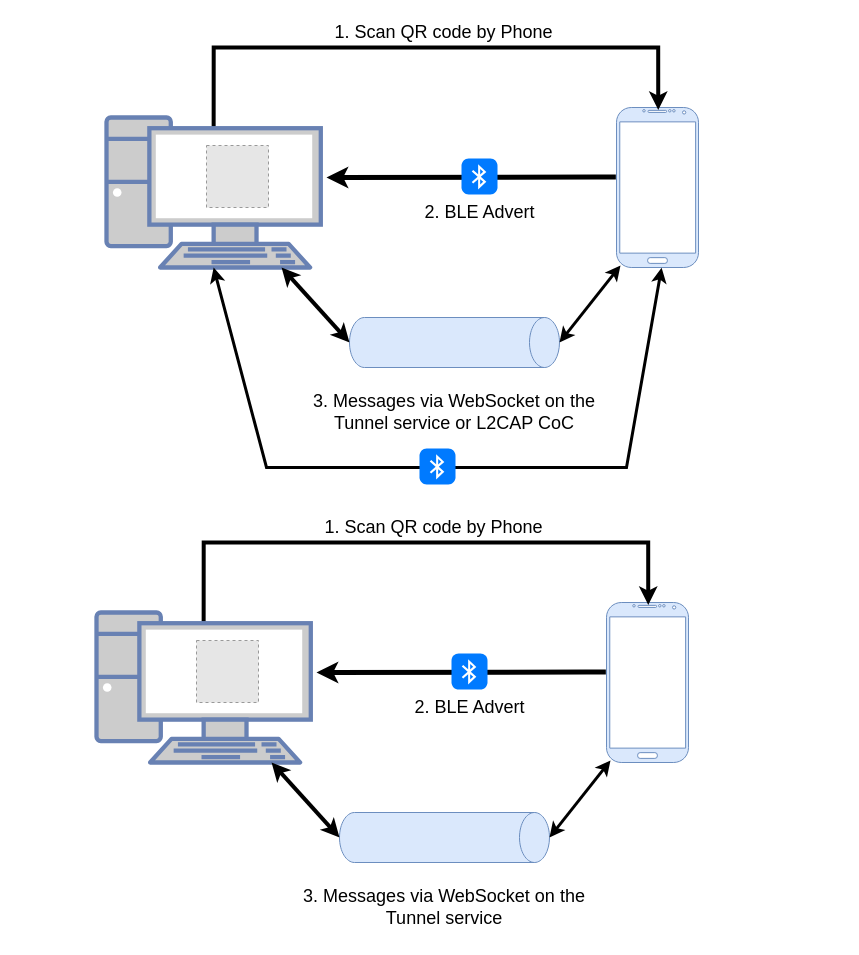
The draw.io diagram images/hybrid23.drawio in inabajunmr/zenn, before the edit. Source tidied: cells renumbered, new cells numbered last; positions are measured from the earlier drawing's top-left corner, leaving out a move shared by most shapes. Both pictures are drawn from the tidied source at 100%, with x=0, y=0 at pixel (96, 17). Pictures stored in the file or linked from it are replaced by grey dashed boxes.
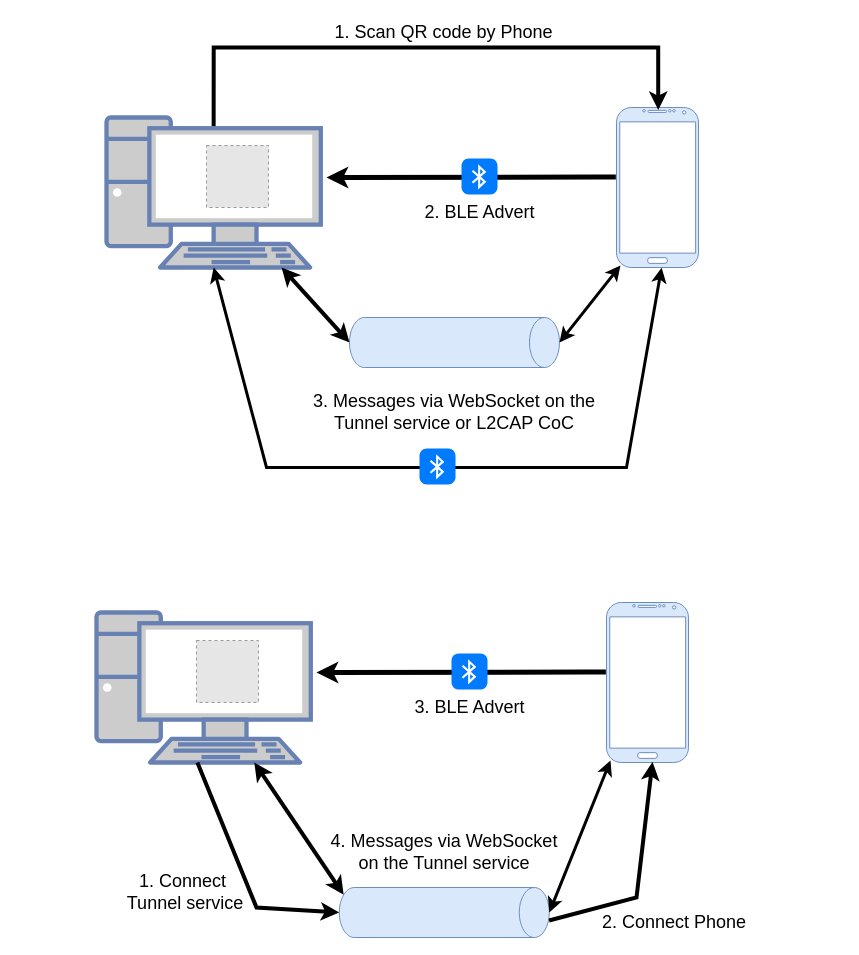
After the change.

The change refers to these unchanged cells:
```xml
<mxCell id="18" style="verticalLabelPosition=bottom;verticalAlign=top;html=1;shadow=0;dashed=0;strokeWidth=1;shape=mxgraph.android.phone2;strokeColor=#6c8ebf;fillColor=#dae8fc;" parent="1" vertex="1">
  <mxGeometry x="510" y="585" width="82" height="160" as="geometry" />
</mxCell>
<mxCell id="20" style="fontColor=#0066CC;verticalAlign=top;verticalLabelPosition=bottom;labelPosition=center;align=center;html=1;outlineConnect=0;fillColor=#CCCCCC;strokeColor=#6881B3;gradientColor=none;gradientDirection=north;strokeWidth=2;shape=mxgraph.networks.pc;" parent="1" vertex="1">
  <mxGeometry y="595" width="214.3" height="150" as="geometry" />
</mxCell>
```

Diff of the diagram source:
```diff
@@
     <mxCell id="16" style="shape=cylinder3;whiteSpace=wrap;html=1;boundedLbl=1;backgroundOutline=1;size=15;rotation=90;fillColor=#dae8fc;strokeColor=#6c8ebf;" parent="1" vertex="1">
-      <mxGeometry x="323" y="715" width="50" height="210" as="geometry" />
+      <mxGeometry x="322.8" y="790" width="50" height="210" as="geometry" />
     </mxCell>
@@
-    <mxCell id="19" style="edgeStyle=orthogonalEdgeStyle;rounded=0;jettySize=auto;html=1;entryX=0.509;entryY=0.015;entryDx=0;entryDy=0;entryPerimeter=0;strokeWidth=4;exitX=0.5;exitY=0.07;exitDx=0;exitDy=0;exitPerimeter=0;" parent="1" edge="1" source="20" target="18">
-      <mxGeometry relative="1" as="geometry">
-        <Array as="points">
-          <mxPoint x="107" y="525" />
-          <mxPoint x="552" y="525" />
-        </Array>
-      </mxGeometry>
-    </mxCell>
@@
-    <mxCell id="23" style="endArrow=classic;startArrow=classic;html=1;rounded=0;entryX=0.5;entryY=1;entryDx=0;entryDy=0;entryPerimeter=0;strokeWidth=4;" parent="1" edge="1" source="20" target="16">
+    <mxCell id="23" style="endArrow=classic;startArrow=classic;html=1;rounded=0;entryX=0.145;entryY=1;entryDx=0;entryDy=-4.35;entryPerimeter=0;strokeWidth=4;" parent="1" edge="1" source="20" target="16">
       <mxGeometry relative="1" as="geometry" />
     </mxCell>
@@
-    <mxCell id="25" value="&lt;font style=&quot;font-size: 18px;&quot;&gt;1. Scan QR code by Phone&lt;/font&gt;" style="text;html=1;whiteSpace=wrap;strokeColor=none;fillColor=none;align=center;verticalAlign=middle;rounded=0;" parent="1" vertex="1">
-      <mxGeometry x="214.3" y="495" width="247" height="30" as="geometry" />
-    </mxCell>
-    <mxCell id="26" value="&lt;font style=&quot;font-size: 18px;&quot;&gt;2. BLE Advert&lt;/font&gt;" style="text;html=1;whiteSpace=wrap;strokeColor=none;fillColor=none;align=center;verticalAlign=middle;rounded=0;" parent="1" vertex="1">
+    <mxCell id="26" value="&lt;font style=&quot;font-size: 18px;&quot;&gt;3. BLE Advert&lt;/font&gt;" style="text;html=1;whiteSpace=wrap;strokeColor=none;fillColor=none;align=center;verticalAlign=middle;rounded=0;" parent="1" vertex="1">
       <mxGeometry x="249.5" y="675" width="247" height="30" as="geometry" />
     </mxCell>
-    <mxCell id="27" value="&lt;div&gt;&lt;span style=&quot;font-size: 18px;&quot;&gt;3. Messages via WebSocket on the Tunnel service&lt;/span&gt;&lt;/div&gt;" style="text;html=1;whiteSpace=wrap;strokeColor=none;fillColor=none;align=center;verticalAlign=middle;rounded=0;" parent="1" vertex="1">
-      <mxGeometry x="180.2" y="875" width="335.5" height="30" as="geometry" />
+    <mxCell id="27" value="&lt;div&gt;&lt;span style=&quot;font-size: 18px;&quot;&gt;4. Messages via WebSocket&lt;/span&gt;&lt;/div&gt;&lt;div&gt;&lt;span style=&quot;font-size: 18px;&quot;&gt;on the Tunnel service&lt;/span&gt;&lt;/div&gt;" style="text;html=1;whiteSpace=wrap;strokeColor=none;fillColor=none;align=center;verticalAlign=middle;rounded=0;" parent="1" vertex="1">
+      <mxGeometry x="180" y="820" width="335.5" height="30" as="geometry" />
     </mxCell>
+    <mxCell id="28" style="endArrow=classic;html=1;rounded=0;entryX=0.5;entryY=1;entryDx=0;entryDy=0;entryPerimeter=0;strokeWidth=4;" parent="1" edge="1" target="16">
+      <mxGeometry relative="1" as="geometry">
+        <mxPoint x="100.9" y="745" as="sourcePoint" />
+        <Array as="points">
+          <mxPoint x="160" y="890" />
+        </Array>
+      </mxGeometry>
+    </mxCell>
+    <mxCell id="29" value="&lt;span style=&quot;font-size: 18px;&quot;&gt;1. Connect&amp;nbsp;&lt;/span&gt;&lt;div&gt;&lt;span style=&quot;font-size: 18px;&quot;&gt;Tunnel service&lt;/span&gt;&lt;/div&gt;" style="text;html=1;whiteSpace=wrap;strokeColor=none;fillColor=none;align=center;verticalAlign=middle;rounded=0;" parent="1" vertex="1">
+      <mxGeometry x="-79" y="860" width="335.5" height="30" as="geometry" />
+    </mxCell>
+    <mxCell id="30" style="endArrow=classic;html=1;rounded=0;entryX=0.561;entryY=0.996;entryDx=0;entryDy=0;entryPerimeter=0;strokeWidth=4;exitX=0.66;exitY=0.001;exitDx=0;exitDy=0;exitPerimeter=0;" parent="1" edge="1" source="16" target="18">
+      <mxGeometry relative="1" as="geometry">
+        <Array as="points">
+          <mxPoint x="540" y="880" />
+        </Array>
+      </mxGeometry>
+    </mxCell>
+    <mxCell id="31" value="&lt;span style=&quot;font-size: 18px;&quot;&gt;2. Connect Phone&lt;/span&gt;" style="text;html=1;whiteSpace=wrap;strokeColor=none;fillColor=none;align=center;verticalAlign=middle;rounded=0;" parent="1" vertex="1">
+      <mxGeometry x="410" y="890" width="335.5" height="30" as="geometry" />
+    </mxCell>
```
